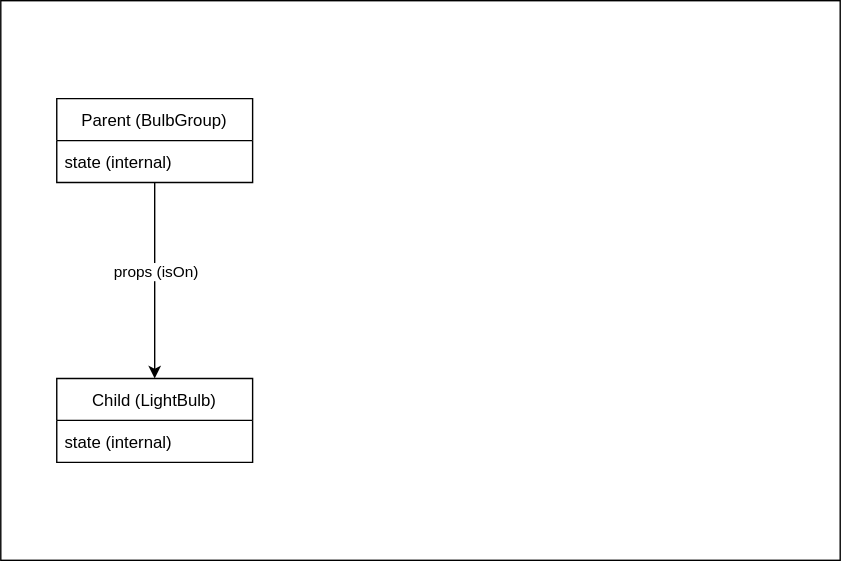
This is 02_state_and_events /assets/state-and-props.drawio.svg from learn-co-students/SENG-LIVE-082922-phase-2-react, a draw.io export, as it was before one commit. Source tidied: cells renumbered, new cells last; positions are measured from the earlier drawing's top-left corner, leaving out a move shared by most shapes. Its diagram source:
```xml
<mxGraphModel>
  <root>
    <mxCell id="0" />
    <mxCell id="1" value="BG" parent="0" />
    <mxCell id="2" style="whiteSpace=wrap;html=1;" parent="1" vertex="1">
      <mxGeometry width="600" height="400" as="geometry" />
    </mxCell>
    <mxCell id="3" parent="0" />
    <mxCell id="4" style="edgeStyle=none;html=1;" parent="3" edge="1" source="6" target="8">
      <mxGeometry relative="1" as="geometry" />
    </mxCell>
    <mxCell id="5" value="props (isOn)" style="edgeLabel;html=1;align=center;verticalAlign=middle;" parent="4" vertex="1">
      <mxGeometry x="-0.1" relative="1" as="geometry" />
    </mxCell>
    <mxCell id="6" value="Parent (BulbGroup)" style="swimlane;fontStyle=0;horizontal=1;startSize=30;" parent="3" vertex="1">
      <mxGeometry x="40" y="70" width="140" height="60" as="geometry" />
    </mxCell>
    <mxCell id="7" value="state (internal)" style="text;strokeColor=none;fillColor=none;align=left;verticalAlign=middle;spacingLeft=4;spacingRight=4;overflow=hidden;" parent="6" vertex="1">
      <mxGeometry y="30" width="140" height="30" as="geometry" />
    </mxCell>
    <mxCell id="8" value="Child (LightBulb)" style="swimlane;fontStyle=0;horizontal=1;startSize=30;" parent="3" vertex="1">
      <mxGeometry x="40" y="270" width="140" height="60" as="geometry" />
    </mxCell>
    <mxCell id="9" value="state (internal)" style="text;strokeColor=none;fillColor=none;align=left;verticalAlign=middle;spacingLeft=4;spacingRight=4;overflow=hidden;" parent="8" vertex="1">
      <mxGeometry y="30" width="140" height="30" as="geometry" />
    </mxCell>
  </root>
</mxGraphModel>
```
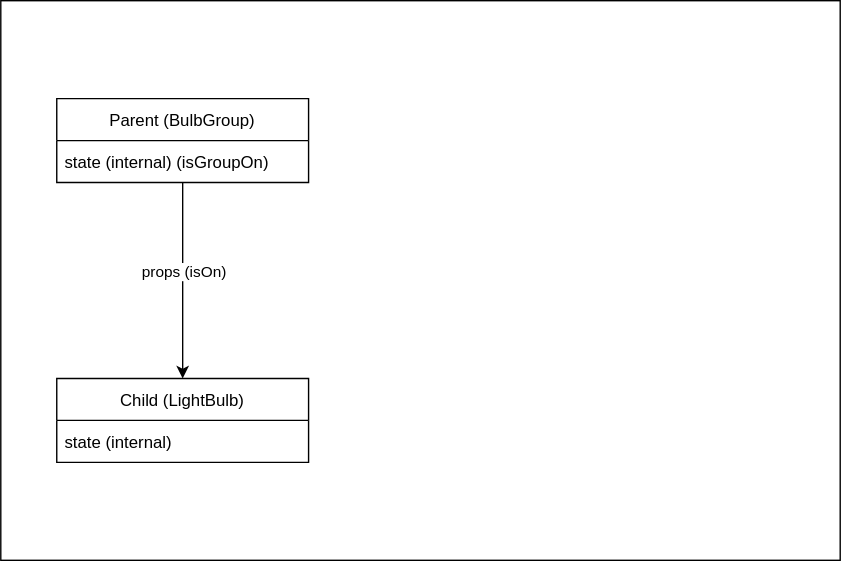
The same file after the commit.

Change to the diagram source:
```diff
@@ -13,16 +13,16 @@
       <mxGeometry x="-0.1" relative="1" as="geometry" />
     </mxCell>
     <mxCell id="6" value="Parent (BulbGroup)" style="swimlane;fontStyle=0;horizontal=1;startSize=30;" parent="3" vertex="1">
-      <mxGeometry x="40" y="70" width="140" height="60" as="geometry" />
+      <mxGeometry x="40" y="70" width="180" height="60" as="geometry" />
     </mxCell>
-    <mxCell id="7" value="state (internal)" style="text;strokeColor=none;fillColor=none;align=left;verticalAlign=middle;spacingLeft=4;spacingRight=4;overflow=hidden;" parent="6" vertex="1">
-      <mxGeometry y="30" width="140" height="30" as="geometry" />
+    <mxCell id="7" value="state (internal) (isGroupOn)" style="text;strokeColor=none;fillColor=none;align=left;verticalAlign=middle;spacingLeft=4;spacingRight=4;overflow=hidden;" parent="6" vertex="1">
+      <mxGeometry y="30" width="180" height="30" as="geometry" />
     </mxCell>
     <mxCell id="8" value="Child (LightBulb)" style="swimlane;fontStyle=0;horizontal=1;startSize=30;" parent="3" vertex="1">
-      <mxGeometry x="40" y="270" width="140" height="60" as="geometry" />
+      <mxGeometry x="40" y="270" width="180" height="60" as="geometry" />
     </mxCell>
     <mxCell id="9" value="state (internal)" style="text;strokeColor=none;fillColor=none;align=left;verticalAlign=middle;spacingLeft=4;spacingRight=4;overflow=hidden;" parent="8" vertex="1">
-      <mxGeometry y="30" width="140" height="30" as="geometry" />
+      <mxGeometry y="30" width="180" height="30" as="geometry" />
     </mxCell>
   </root>
 </mxGraphModel>
```
